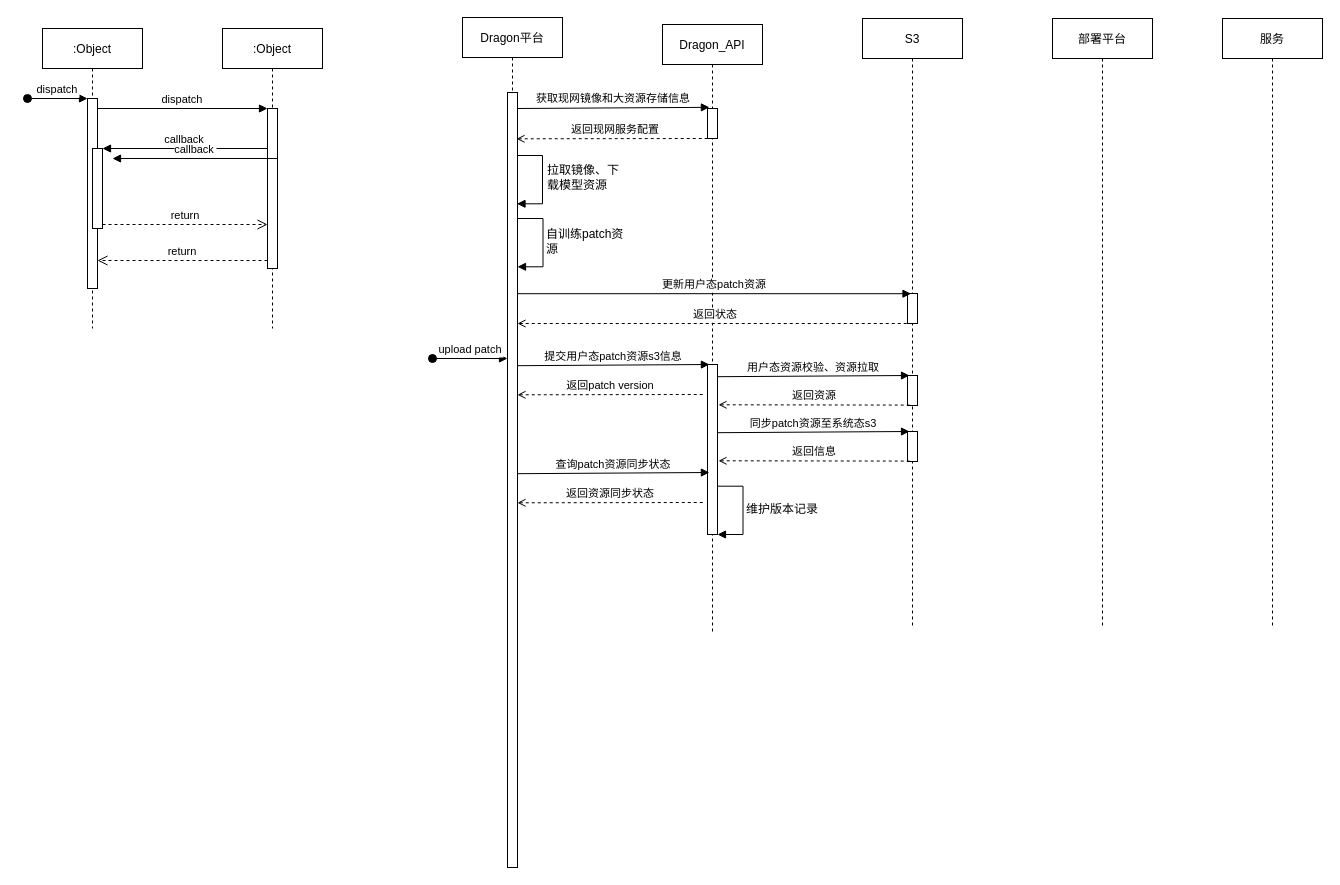
Before: dragon_api.drawio in Mr-lixh/diagrams, a draw.io diagram. Source tidied: cells renumbered, new cells numbered last; positions are measured from the earlier drawing's top-left corner, leaving out a move shared by most shapes. Both pictures are drawn from the tidied source at 100%, with x=0, y=0 at pixel (27, 17).
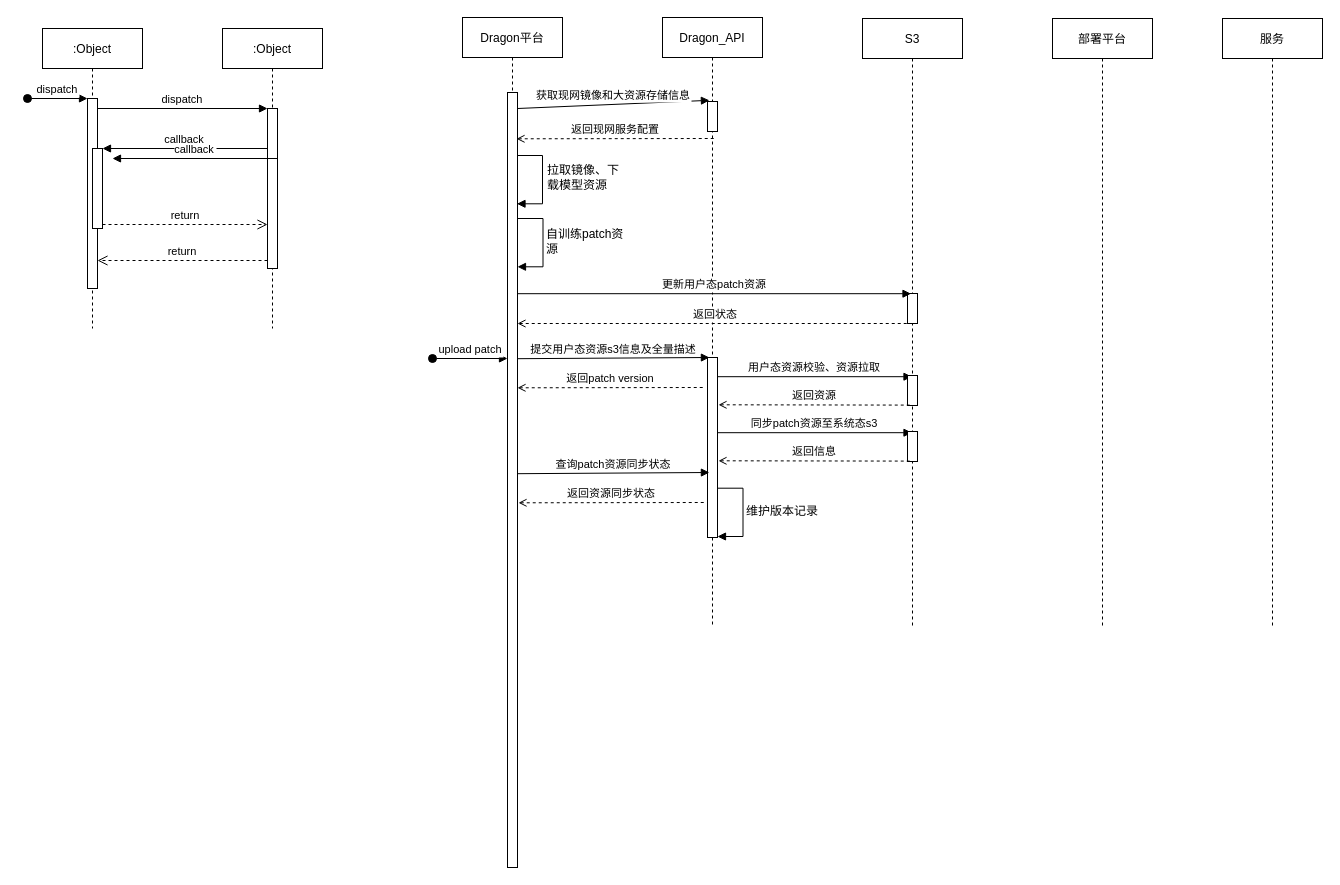
After the change.

The change refers to these unchanged cells:
```xml
<mxCell id="22" value="S3" style="shape=umlLifeline;perimeter=lifelinePerimeter;rounded=0;shadow=0;strokeWidth=1;" parent="1" vertex="1">
  <mxGeometry x="835" y="1" width="100" height="610" as="geometry" />
</mxCell>
```

Diff of the diagram source:
```diff
@@
     <mxCell id="17" value="Dragon_API" style="shape=umlLifeline;perimeter=lifelinePerimeter;rounded=0;shadow=0;strokeWidth=1;" parent="1" vertex="1">
-      <mxGeometry x="635" y="7" width="100" height="610" as="geometry" />
+      <mxGeometry x="635" width="100" height="610" as="geometry" />
     </mxCell>
@@
-    <mxCell id="19" value="提交用户态patch资源s3信息" style="verticalAlign=bottom;endArrow=block;shadow=0;strokeWidth=1;entryX=0.191;entryY=-0.039;entryDx=0;entryDy=0;entryPerimeter=0;" parent="17" edge="1">
+    <mxCell id="19" value="提交用户态资源s3信息及全量描述" style="verticalAlign=bottom;endArrow=block;shadow=0;strokeWidth=1;entryX=0.191;entryY=-0.039;entryDx=0;entryDy=0;entryPerimeter=0;" parent="17" edge="1">
       <mxGeometry relative="1" as="geometry">
         <mxPoint x="-145" y="341.2" as="sourcePoint" />
         <mxPoint x="46.9" y="340" as="targetPoint" />
       </mxGeometry>
     </mxCell>
     <mxCell id="20" style="perimeter=orthogonalPerimeter;rounded=0;shadow=0;strokeWidth=1;" parent="17" vertex="1">
-      <mxGeometry x="45" y="340" width="10" height="170" as="geometry" />
+      <mxGeometry x="45" y="340" width="10" height="180" as="geometry" />
     </mxCell>
@@
-    <mxCell id="25" value="用户态资源校验、资源拉取" style="verticalAlign=bottom;endArrow=block;shadow=0;strokeWidth=1;entryX=0.191;entryY=-0.039;entryDx=0;entryDy=0;entryPerimeter=0;" parent="22" edge="1">
+    <mxCell id="25" value="用户态资源校验、资源拉取" style="verticalAlign=bottom;endArrow=block;shadow=0;strokeWidth=1;" parent="22" edge="1" target="22">
       <mxGeometry relative="1" as="geometry">
         <mxPoint x="-144.9" y="358.2" as="sourcePoint" />
-        <mxPoint x="47" y="357" as="targetPoint" />
       </mxGeometry>
     </mxCell>
@@
-    <mxCell id="36" value="同步patch资源至系统态s3" style="verticalAlign=bottom;endArrow=block;shadow=0;strokeWidth=1;entryX=0.191;entryY=-0.039;entryDx=0;entryDy=0;entryPerimeter=0;" parent="1" edge="1">
+    <mxCell id="36" value="同步patch资源至系统态s3" style="verticalAlign=bottom;endArrow=block;shadow=0;strokeWidth=1;" parent="1" edge="1" target="22">
       <mxGeometry relative="1" as="geometry">
         <mxPoint x="690.1" y="415.2" as="sourcePoint" />
-        <mxPoint x="882" y="414" as="targetPoint" />
       </mxGeometry>
     </mxCell>
@@
     <mxCell id="39" style="endArrow=block;html=1;rounded=0;edgeStyle=orthogonalEdgeStyle;entryX=0.945;entryY=0.649;entryDx=0;entryDy=0;entryPerimeter=0;endFill=1;" parent="1" edge="1">
       <mxGeometry relative="1" as="geometry">
-        <mxPoint x="690.5" y="468.7" as="sourcePoint" />
-        <mxPoint x="690" y="517" as="targetPoint" />
+        <mxPoint x="690.5" y="470.7" as="sourcePoint" />
+        <mxPoint x="690" y="519" as="targetPoint" />
         <Array as="points">
-          <mxPoint x="715.5" y="468.7" />
-          <mxPoint x="715.5" y="516.7" />
+          <mxPoint x="715.5" y="470.7" />
+          <mxPoint x="715.5" y="518.7" />
         </Array>
       </mxGeometry>
     </mxCell>
     <mxCell id="40" value="维护版本记录" style="text;html=1;strokeColor=none;fillColor=none;align=left;verticalAlign=middle;whiteSpace=wrap;rounded=0;" parent="1" vertex="1">
-      <mxGeometry x="717" y="476.7" width="80" height="30" as="geometry" />
+      <mxGeometry x="717" y="478.7" width="80" height="30" as="geometry" />
     </mxCell>
@@
     <mxCell id="42" value="返回资源同步状态" style="verticalAlign=bottom;endArrow=none;shadow=0;strokeWidth=1;startArrow=open;startFill=0;endFill=0;dashed=1;" parent="1" edge="1">
       <mxGeometry relative="1" as="geometry">
-        <mxPoint x="490" y="485.3" as="sourcePoint" />
-        <mxPoint x="676" y="485" as="targetPoint" />
+        <mxPoint x="491" y="485.3" as="sourcePoint" />
+        <mxPoint x="677" y="485" as="targetPoint" />
       </mxGeometry>
     </mxCell>
```
